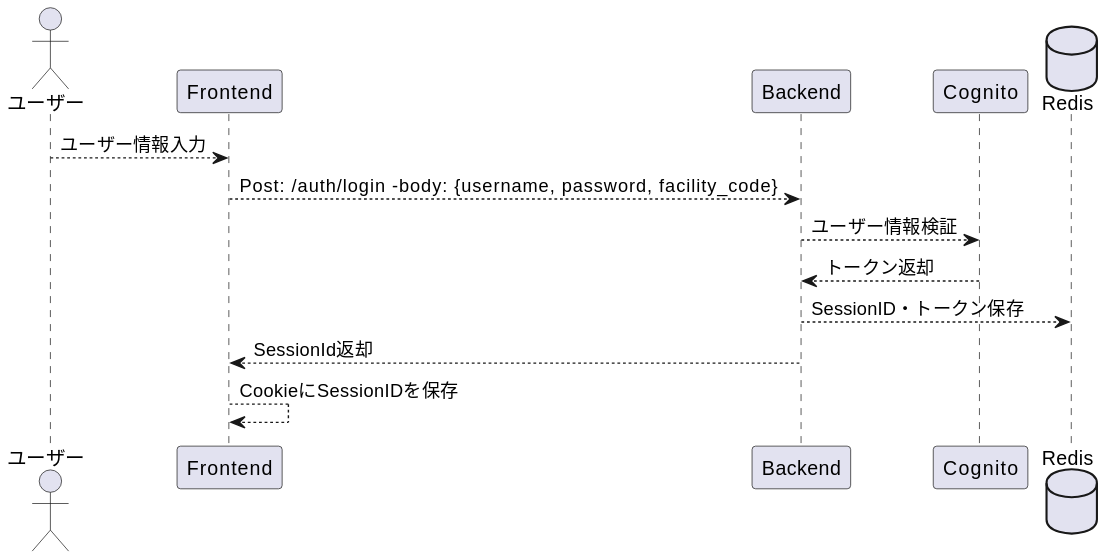
This is src/diagrams-svg/Sequence/Auth/Login.svg from Fukuemon/buddy_design_docs, a PlantUML export, as it was before one commit.
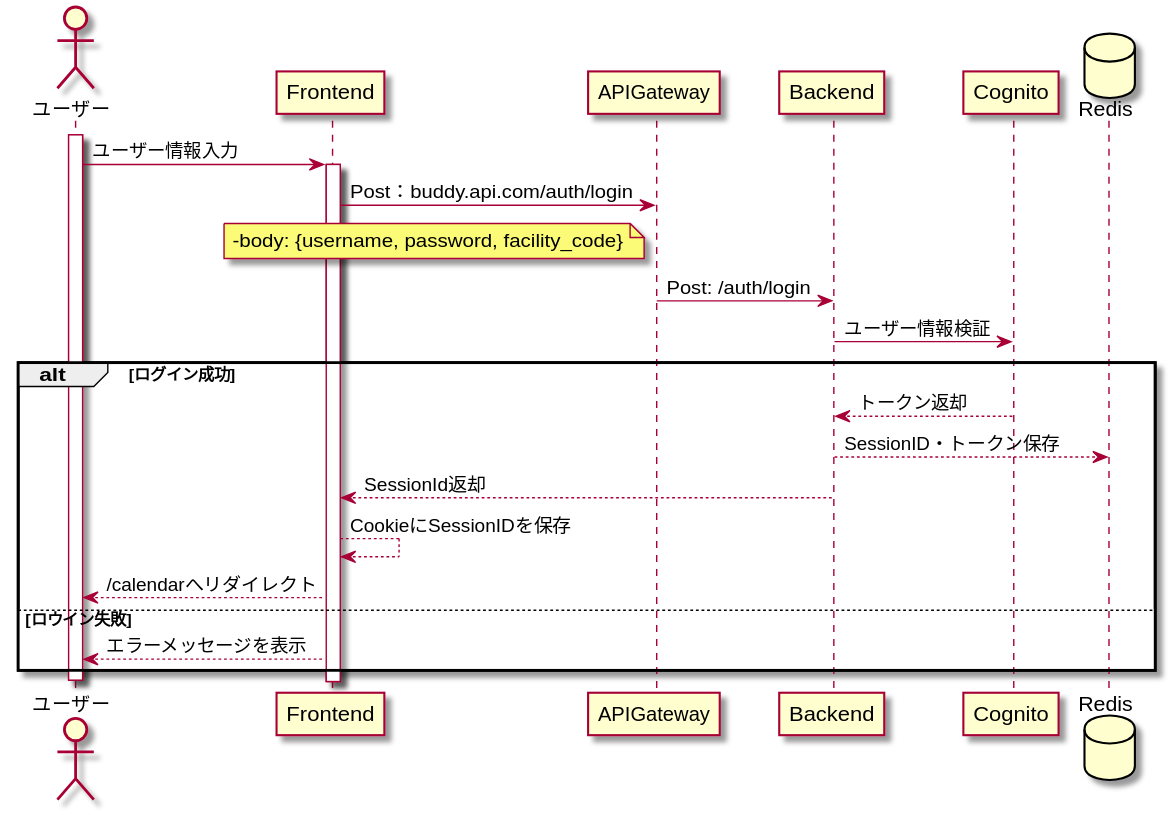
The same diagram one commit later.

What changed in the source:
```diff
@@ -1,15 +1,29 @@
-@startuml
+@startuml Login
 Actor ユーザー
 Participant Frontend as Front
+Participant APIGateway as Gateway
 Participant Backend as Back
 Participant Cognito
 Database Redis
 
-ユーザー --> Front: ユーザー情報入力
-Front --> Back: Post: /auth/login -body: {username, password, facility_code}
-Back --> Cognito: ユーザー情報検証
-Cognito --> Back: トークン返却
-Back --> Redis: SessionID・トークン保存
-Back --> Front: SessionId返却
-Front --> Front: CookieにSessionIDを保存
+activate ユーザー
+ユーザー -> Front: ユーザー情報入力
+activate Front
+Front -> Gateway: Post：buddy.api.com/auth/login
+note left of Gateway:  -body: {username, password, facility_code}
+Gateway -> Back: Post: /auth/login
+Back -> Cognito: ユーザー情報検証
+alt ログイン成功
+  Cognito --> Back: トークン返却
+  Back --> Redis: SessionID・トークン保存
+  Back --> Front: SessionId返却
+  Front --> Front: CookieにSessionIDを保存
+  Front --> ユーザー: /calendarへリダイレクト
+else ロウイン失敗
+  Front --> ユーザー: エラーメッセージを表示
+end
+
+deactivate ユーザー
+
+
 @enduml
```
